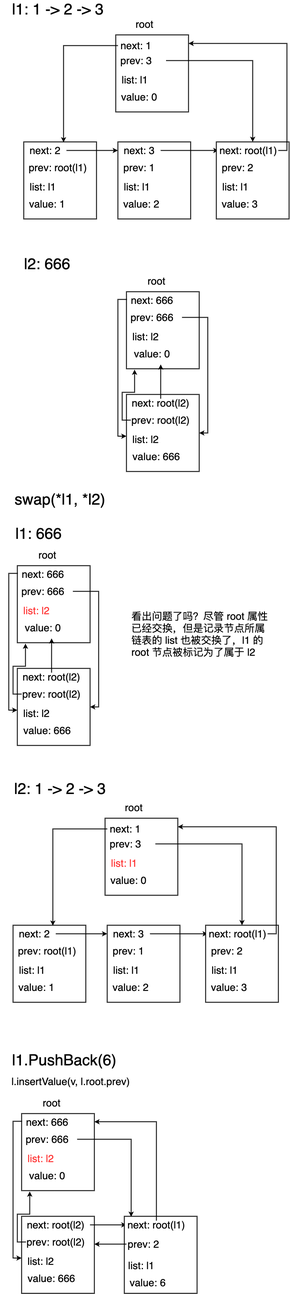
Above: go-container/list-swap.png in autsu/diagrams (draw.io), before the change. Source tidied: cells renumbered, new cells last; positions are measured from the earlier drawing's top-left corner, leaving out a move shared by most shapes.
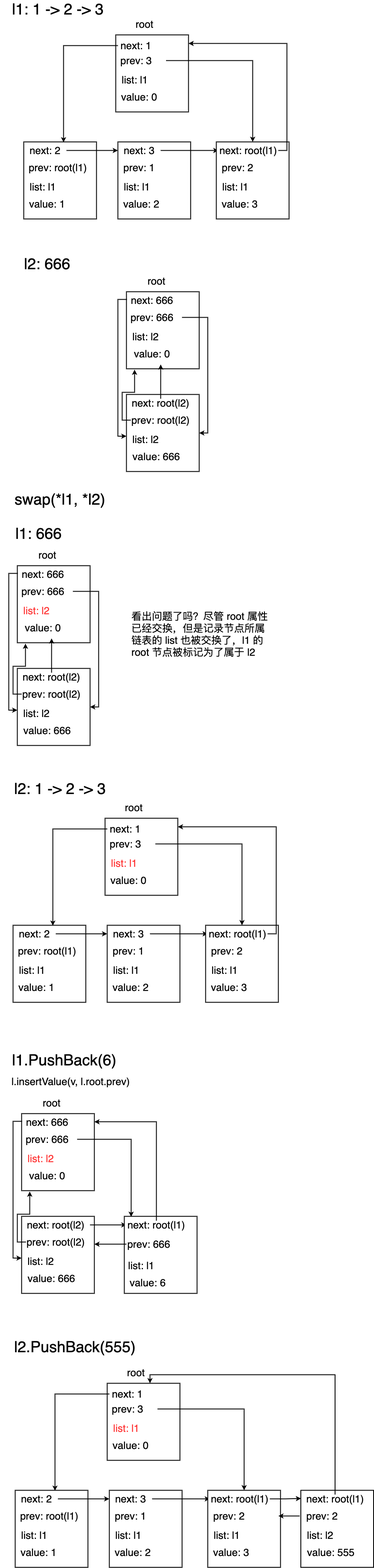
Later version of the same file.

Commit message:
更新go-container/list-swap.png

The edit, as a diff of the source:
```diff
@@ -337,8 +337,110 @@
     <mxCell id="112" style="edgeStyle=orthogonalEdgeStyle;rounded=0;jettySize=auto;html=1;entryX=1;entryY=0.361;entryDx=0;entryDy=0;entryPerimeter=0;strokeWidth=2;" parent="1" edge="1" source="113" target="99">
       <mxGeometry relative="1" as="geometry" />
     </mxCell>
-    <mxCell id="113" value="&lt;font style=&quot;font-size: 24px&quot;&gt;prev: 2&lt;/font&gt;" style="text;html=1;strokeColor=none;fillColor=none;align=center;verticalAlign=middle;whiteSpace=wrap;rounded=0;" parent="1" vertex="1">
-      <mxGeometry x="295" y="2890" width="80" height="10" as="geometry" />
+    <mxCell id="113" value="&lt;font style=&quot;font-size: 24px&quot;&gt;prev: 666&lt;/font&gt;" style="text;html=1;strokeColor=none;fillColor=none;align=center;verticalAlign=middle;whiteSpace=wrap;rounded=0;" parent="1" vertex="1">
+      <mxGeometry x="295" y="2890" width="105" height="10" as="geometry" />
     </mxCell>
+    <mxCell id="114" value="&lt;span style=&quot;font-size: 36px&quot;&gt;l2.PushBack(555)&lt;/span&gt;" style="text;html=1;strokeColor=none;fillColor=none;align=center;verticalAlign=middle;whiteSpace=wrap;rounded=0;" parent="1" vertex="1">
+      <mxGeometry x="30" y="3120" width="290" height="30" as="geometry" />
+    </mxCell>
+    <mxCell id="115" style="rounded=0;whiteSpace=wrap;html=1;strokeWidth=2;" parent="1" vertex="1">
+      <mxGeometry x="35" y="3470" width="170" height="180" as="geometry" />
+    </mxCell>
+    <mxCell id="116" style="edgeStyle=orthogonalEdgeStyle;rounded=0;jettySize=auto;html=1;exitX=1;exitY=0.5;exitDx=0;exitDy=0;entryX=0;entryY=0.5;entryDx=0;entryDy=0;strokeWidth=2;" parent="1" edge="1" source="117" target="123">
+      <mxGeometry relative="1" as="geometry" />
+    </mxCell>
+    <mxCell id="117" value="&lt;font style=&quot;font-size: 24px&quot;&gt;next: 2&lt;/font&gt;" style="text;html=1;strokeColor=none;fillColor=none;align=center;verticalAlign=middle;whiteSpace=wrap;rounded=0;" parent="1" vertex="1">
+      <mxGeometry x="35" y="3480" width="100" height="20" as="geometry" />
+    </mxCell>
+    <mxCell id="118" value="&lt;font style=&quot;font-size: 24px&quot;&gt;prev: root(l1)&lt;/font&gt;" style="text;html=1;strokeColor=none;fillColor=none;align=center;verticalAlign=middle;whiteSpace=wrap;rounded=0;" parent="1" vertex="1">
+      <mxGeometry x="45" y="3520" width="140" height="20" as="geometry" />
+    </mxCell>
+    <mxCell id="119" value="&lt;font style=&quot;font-size: 24px&quot;&gt;list: l1&lt;/font&gt;" style="text;html=1;strokeColor=none;fillColor=none;align=center;verticalAlign=middle;whiteSpace=wrap;rounded=0;" parent="1" vertex="1">
+      <mxGeometry x="35" y="3560" width="90" height="30" as="geometry" />
+    </mxCell>
+    <mxCell id="120" value="&lt;font style=&quot;font-size: 24px&quot;&gt;value: 1&lt;/font&gt;" style="text;html=1;strokeColor=none;fillColor=none;align=center;verticalAlign=middle;whiteSpace=wrap;rounded=0;" parent="1" vertex="1">
+      <mxGeometry x="45" y="3600" width="90" height="30" as="geometry" />
+    </mxCell>
+    <mxCell id="121" style="rounded=0;whiteSpace=wrap;html=1;strokeWidth=2;" parent="1" vertex="1">
+      <mxGeometry x="255" y="3470" width="170" height="180" as="geometry" />
+    </mxCell>
+    <mxCell id="122" style="edgeStyle=orthogonalEdgeStyle;rounded=0;jettySize=auto;html=1;exitX=1;exitY=0.5;exitDx=0;exitDy=0;entryX=0;entryY=0.5;entryDx=0;entryDy=0;strokeWidth=2;" parent="1" edge="1" source="123" target="129">
+      <mxGeometry relative="1" as="geometry" />
+    </mxCell>
+    <mxCell id="123" value="&lt;font style=&quot;font-size: 24px&quot;&gt;next: 3&lt;/font&gt;" style="text;html=1;strokeColor=none;fillColor=none;align=center;verticalAlign=middle;whiteSpace=wrap;rounded=0;" parent="1" vertex="1">
+      <mxGeometry x="255" y="3480" width="100" height="20" as="geometry" />
+    </mxCell>
+    <mxCell id="124" value="&lt;font style=&quot;font-size: 24px&quot;&gt;prev: 1&lt;/font&gt;" style="text;html=1;strokeColor=none;fillColor=none;align=center;verticalAlign=middle;whiteSpace=wrap;rounded=0;" parent="1" vertex="1">
+      <mxGeometry x="235" y="3520" width="140" height="20" as="geometry" />
+    </mxCell>
+    <mxCell id="125" value="&lt;font style=&quot;font-size: 24px&quot;&gt;list: l1&lt;/font&gt;" style="text;html=1;strokeColor=none;fillColor=none;align=center;verticalAlign=middle;whiteSpace=wrap;rounded=0;" parent="1" vertex="1">
+      <mxGeometry x="255" y="3560" width="90" height="30" as="geometry" />
+    </mxCell>
+    <mxCell id="126" value="&lt;font style=&quot;font-size: 24px&quot;&gt;value: 2&lt;/font&gt;" style="text;html=1;strokeColor=none;fillColor=none;align=center;verticalAlign=middle;whiteSpace=wrap;rounded=0;" parent="1" vertex="1">
+      <mxGeometry x="265" y="3600" width="90" height="30" as="geometry" />
+    </mxCell>
+    <mxCell id="127" style="rounded=0;whiteSpace=wrap;html=1;strokeWidth=2;" parent="1" vertex="1">
+      <mxGeometry x="485" y="3470" width="170" height="180" as="geometry" />
+    </mxCell>
+    <mxCell id="128" style="edgeStyle=orthogonalEdgeStyle;rounded=0;jettySize=auto;html=1;entryX=0.003;entryY=0.106;entryDx=0;entryDy=0;entryPerimeter=0;strokeWidth=2;" parent="1" edge="1" source="129" target="141">
+      <mxGeometry relative="1" as="geometry" />
+    </mxCell>
+    <mxCell id="129" value="&lt;font style=&quot;font-size: 24px&quot;&gt;next: root(l1)&lt;/font&gt;" style="text;html=1;strokeColor=none;fillColor=none;align=center;verticalAlign=middle;whiteSpace=wrap;rounded=0;" parent="1" vertex="1">
+      <mxGeometry x="490" y="3480" width="140" height="20" as="geometry" />
+    </mxCell>
+    <mxCell id="130" value="&lt;font style=&quot;font-size: 24px&quot;&gt;prev: 2&lt;/font&gt;" style="text;html=1;strokeColor=none;fillColor=none;align=center;verticalAlign=middle;whiteSpace=wrap;rounded=0;" parent="1" vertex="1">
+      <mxGeometry x="465" y="3520" width="140" height="20" as="geometry" />
+    </mxCell>
+    <mxCell id="131" value="&lt;font style=&quot;font-size: 24px&quot;&gt;list: l1&lt;/font&gt;" style="text;html=1;strokeColor=none;fillColor=none;align=center;verticalAlign=middle;whiteSpace=wrap;rounded=0;" parent="1" vertex="1">
+      <mxGeometry x="485" y="3560" width="90" height="30" as="geometry" />
+    </mxCell>
+    <mxCell id="132" value="&lt;font style=&quot;font-size: 24px&quot;&gt;value: 3&lt;/font&gt;" style="text;html=1;strokeColor=none;fillColor=none;align=center;verticalAlign=middle;whiteSpace=wrap;rounded=0;" parent="1" vertex="1">
+      <mxGeometry x="495" y="3600" width="90" height="30" as="geometry" />
+    </mxCell>
+    <mxCell id="133" style="rounded=0;whiteSpace=wrap;html=1;strokeWidth=2;" parent="1" vertex="1">
+      <mxGeometry x="250" y="3220" width="170" height="180" as="geometry" />
+    </mxCell>
+    <mxCell id="134" style="edgeStyle=orthogonalEdgeStyle;rounded=0;jettySize=auto;html=1;entryX=0.547;entryY=0.006;entryDx=0;entryDy=0;entryPerimeter=0;strokeWidth=2;" parent="1" edge="1" source="135" target="115">
+      <mxGeometry relative="1" as="geometry" />
+    </mxCell>
+    <mxCell id="135" value="&lt;font style=&quot;font-size: 24px&quot;&gt;next: 1&lt;/font&gt;" style="text;html=1;strokeColor=none;fillColor=none;align=center;verticalAlign=middle;whiteSpace=wrap;rounded=0;" parent="1" vertex="1">
+      <mxGeometry x="255" y="3240" width="85" height="10" as="geometry" />
+    </mxCell>
+    <mxCell id="136" value="&lt;font style=&quot;font-size: 24px&quot; color=&quot;#ff3333&quot;&gt;list: l1&lt;/font&gt;" style="text;html=1;strokeColor=none;fillColor=none;align=center;verticalAlign=middle;whiteSpace=wrap;rounded=0;" parent="1" vertex="1">
+      <mxGeometry x="250" y="3310" width="90" height="30" as="geometry" />
+    </mxCell>
+    <mxCell id="137" value="&lt;font style=&quot;font-size: 24px&quot;&gt;value: 0&lt;/font&gt;" style="text;html=1;strokeColor=none;fillColor=none;align=center;verticalAlign=middle;whiteSpace=wrap;rounded=0;" parent="1" vertex="1">
+      <mxGeometry x="260" y="3350" width="90" height="30" as="geometry" />
+    </mxCell>
+    <mxCell id="138" style="edgeStyle=orthogonalEdgeStyle;rounded=0;jettySize=auto;html=1;exitX=1;exitY=0.5;exitDx=0;exitDy=0;entryX=0.5;entryY=0;entryDx=0;entryDy=0;strokeWidth=2;" parent="1" edge="1" source="139" target="127">
+      <mxGeometry relative="1" as="geometry" />
+    </mxCell>
+    <mxCell id="139" value="&lt;font style=&quot;font-size: 24px&quot;&gt;prev: 3&lt;/font&gt;" style="text;html=1;strokeColor=none;fillColor=none;align=center;verticalAlign=middle;whiteSpace=wrap;rounded=0;" parent="1" vertex="1">
+      <mxGeometry x="227.5" y="3270" width="140" height="20" as="geometry" />
+    </mxCell>
+    <mxCell id="140" value="&lt;font style=&quot;font-size: 24px&quot;&gt;root&lt;/font&gt;" style="text;html=1;strokeColor=none;fillColor=none;align=center;verticalAlign=middle;whiteSpace=wrap;rounded=0;" parent="1" vertex="1">
+      <mxGeometry x="275" y="3190" width="85" height="10" as="geometry" />
+    </mxCell>
+    <mxCell id="141" style="rounded=0;whiteSpace=wrap;html=1;strokeWidth=2;" parent="1" vertex="1">
+      <mxGeometry x="702.5" y="3470" width="170" height="180" as="geometry" />
+    </mxCell>
+    <mxCell id="142" style="edgeStyle=orthogonalEdgeStyle;rounded=0;jettySize=auto;html=1;entryX=0.588;entryY=0;entryDx=0;entryDy=0;entryPerimeter=0;strokeWidth=2;exitX=0.5;exitY=0;exitDx=0;exitDy=0;" parent="1" edge="1" source="143" target="133">
+      <mxGeometry relative="1" as="geometry" />
+    </mxCell>
+    <mxCell id="143" value="&lt;font style=&quot;font-size: 24px&quot;&gt;next: root(l1)&lt;/font&gt;" style="text;html=1;strokeColor=none;fillColor=none;align=center;verticalAlign=middle;whiteSpace=wrap;rounded=0;" parent="1" vertex="1">
+      <mxGeometry x="712.5" y="3480" width="140" height="20" as="geometry" />
+    </mxCell>
+    <mxCell id="144" value="&lt;font style=&quot;font-size: 24px&quot;&gt;list: l2&lt;/font&gt;" style="text;html=1;strokeColor=none;fillColor=none;align=center;verticalAlign=middle;whiteSpace=wrap;rounded=0;" parent="1" vertex="1">
+      <mxGeometry x="702.5" y="3560" width="90" height="30" as="geometry" />
+    </mxCell>
+    <mxCell id="145" value="&lt;font style=&quot;font-size: 24px&quot;&gt;value: 555&lt;/font&gt;" style="text;html=1;strokeColor=none;fillColor=none;align=center;verticalAlign=middle;whiteSpace=wrap;rounded=0;" parent="1" vertex="1">
+      <mxGeometry x="712.5" y="3600" width="120" height="30" as="geometry" />
+    </mxCell>
+    <mxCell id="146" style="edgeStyle=orthogonalEdgeStyle;rounded=0;jettySize=auto;html=1;entryX=0.971;entryY=0.333;entryDx=0;entryDy=0;entryPerimeter=0;strokeWidth=2;" parent="1" edge="1" source="147" target="127">
+      <mxGeometry relative="1" as="geometry" />
+    </mxCell>
+    <mxCell id="147" value="&lt;font style=&quot;font-size: 24px&quot;&gt;prev: 2&lt;/font&gt;" style="text;html=1;strokeColor=none;fillColor=none;align=center;verticalAlign=middle;whiteSpace=wrap;rounded=0;" parent="1" vertex="1">
+      <mxGeometry x="700" y="3520" width="105" height="20" as="geometry" />
+    </mxCell>
   </root>
 </mxGraphModel>
```
